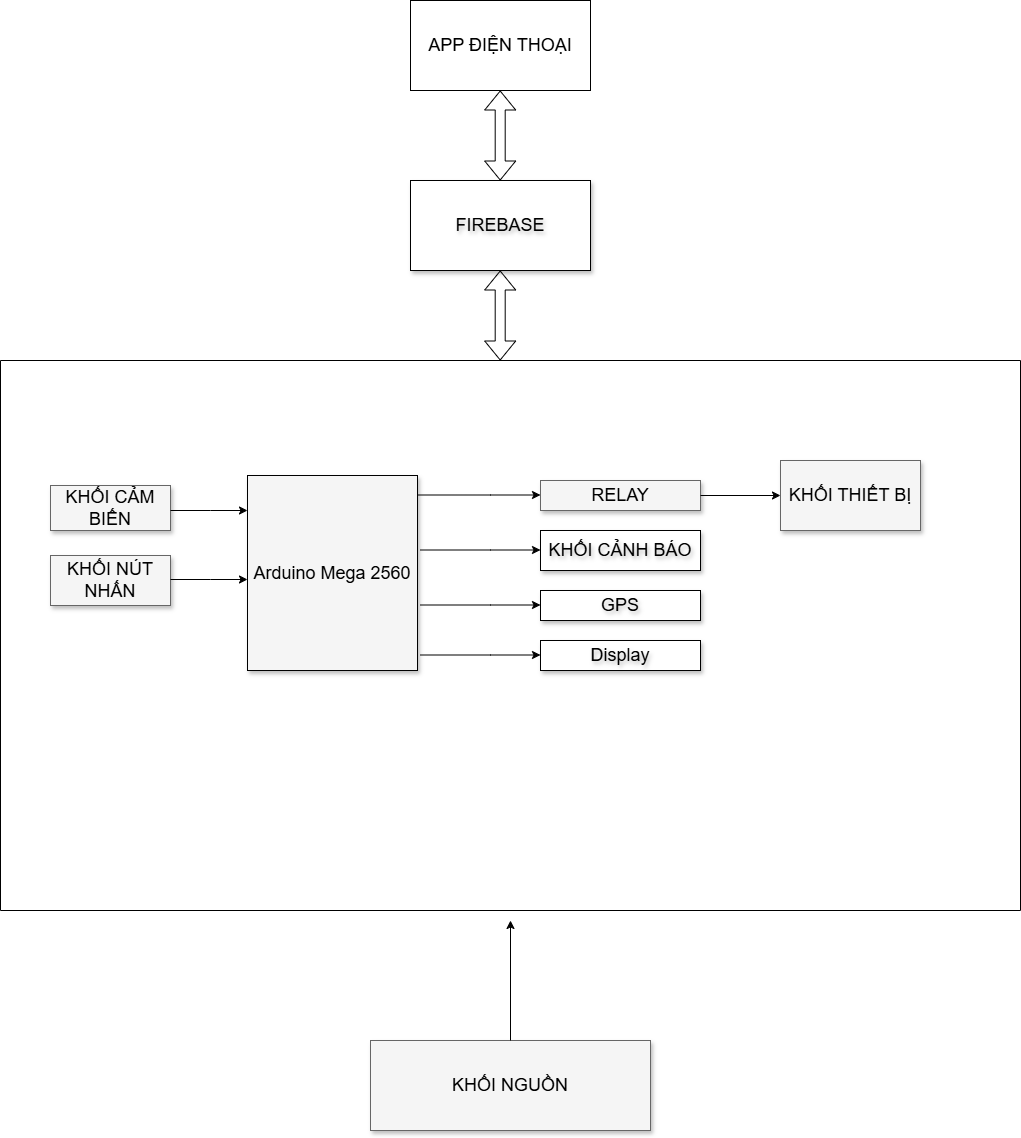
This is block_diagram/Block_Diagram.drawio.png from imvietp/Final_Thesis, a draw.io export, as it was before one commit. Source tidied: cells renumbered, new cells last; positions are measured from the earlier drawing's top-left corner, leaving out a move shared by most shapes.
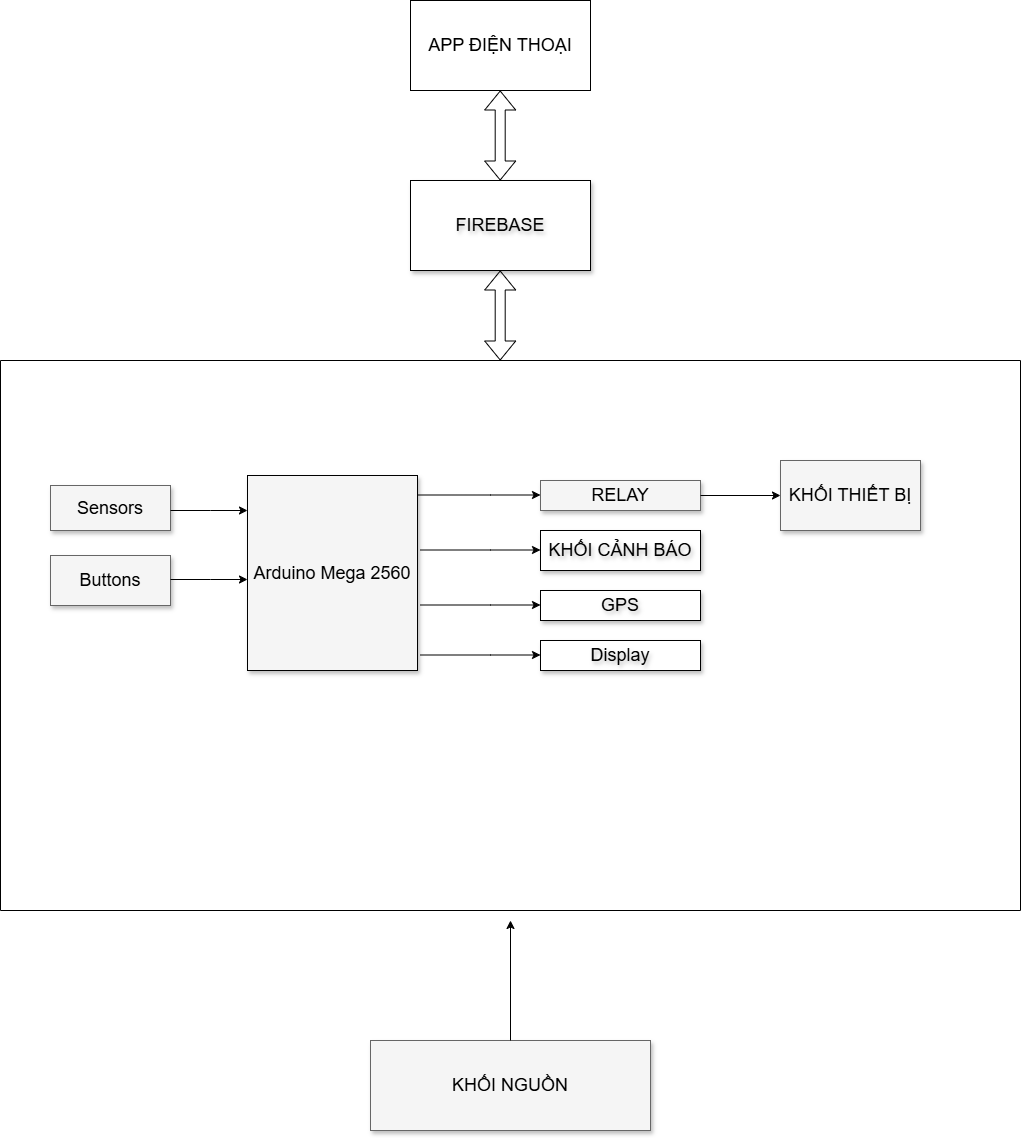
Above is the later version.

Change to the diagram source:
```diff
@@ -53,7 +53,7 @@
     <mxCell id="14" style="edgeStyle=orthogonalEdgeStyle;rounded=0;orthogonalLoop=1;jettySize=auto;html=1;exitX=0.5;exitY=1;exitDx=0;exitDy=0;" parent="5" edge="1" source="12" target="12">
       <mxGeometry relative="1" as="geometry" />
     </mxCell>
-    <mxCell id="15" value="KHỐI CẢM BIẾN" style="whiteSpace=wrap;html=1;shadow=1;fontSize=18;fillColor=#f5f5f5;strokeColor=#666666;" parent="5" vertex="1">
+    <mxCell id="15" value="Sensors" style="whiteSpace=wrap;html=1;shadow=1;fontSize=18;fillColor=#f5f5f5;strokeColor=#666666;" parent="5" vertex="1">
       <mxGeometry x="50" y="125" width="120" height="45" as="geometry" />
     </mxCell>
     <mxCell id="16" style="edgeStyle=elbowEdgeStyle;rounded=0;html=1;startArrow=none;startFill=0;jettySize=auto;orthogonalLoop=1;fontSize=18;elbow=vertical;" parent="5" edge="1">
@@ -74,7 +74,7 @@
         </Array>
       </mxGeometry>
     </mxCell>
-    <mxCell id="18" value="KHỐI NÚT NHẤN" style="whiteSpace=wrap;html=1;shadow=1;fontSize=18;fillColor=#f5f5f5;strokeColor=#666666;" parent="5" vertex="1">
+    <mxCell id="18" value="Buttons" style="whiteSpace=wrap;html=1;shadow=1;fontSize=18;fillColor=#f5f5f5;strokeColor=#666666;" parent="5" vertex="1">
       <mxGeometry x="50" y="195" width="120" height="50" as="geometry" />
     </mxCell>
     <mxCell id="19" style="edgeStyle=elbowEdgeStyle;rounded=0;html=1;startArrow=none;startFill=0;jettySize=auto;orthogonalLoop=1;fontSize=18;elbow=vertical;" parent="5" edge="1">
```
